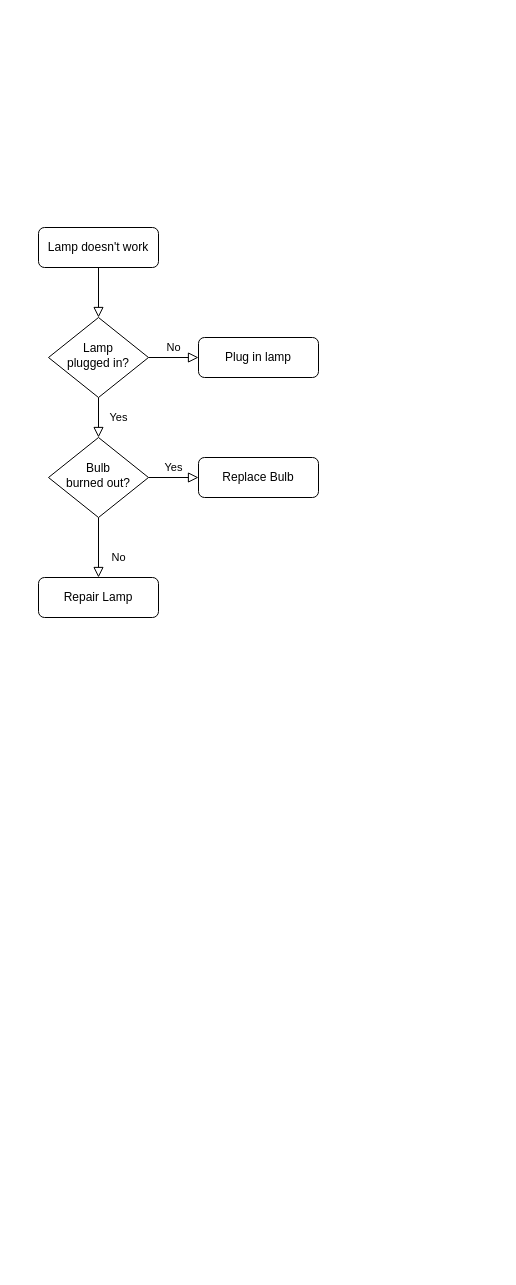
This is FollowDiocieseModal.drawio from lauralopezrios8/challenge, a draw.io file, before an edit. Source tidied: cells renumbered, new cells numbered last; positions are measured from the earlier drawing's top-left corner, leaving out a move shared by most shapes. Both pictures are drawn from the tidied source at 100%, with x=0, y=0 at pixel (38, 227).
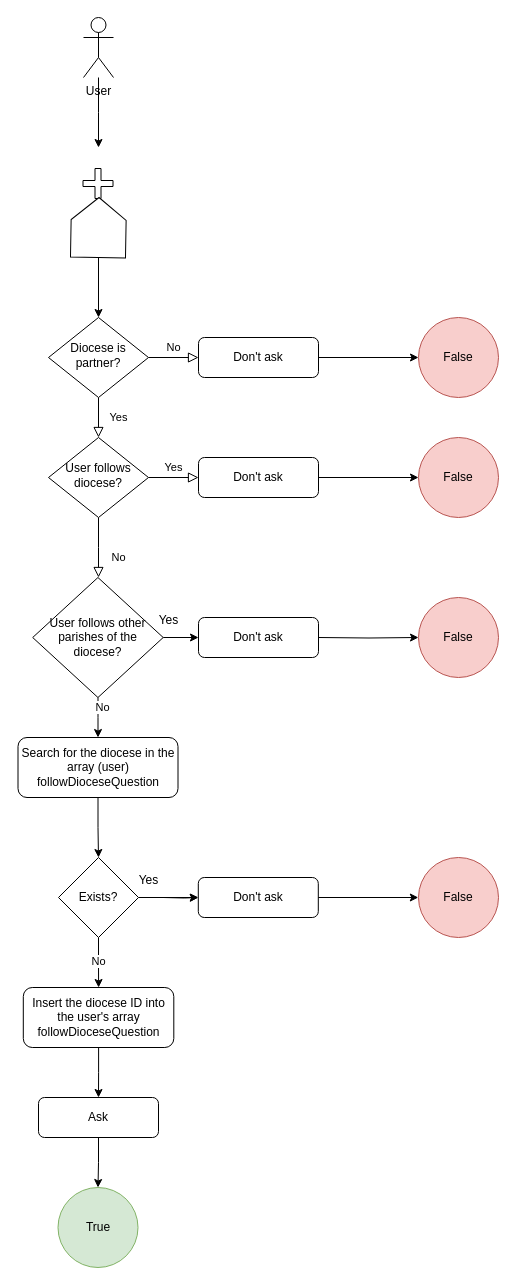
Above is the later version.

Change to the diagram source:
```diff
@@
-    <mxCell id="2" style="rounded=0;html=1;jettySize=auto;fontSize=11;endArrow=block;endFill=0;endSize=8;strokeWidth=1;shadow=0;labelBackgroundColor=none;edgeStyle=orthogonalEdgeStyle;" parent="1" edge="1" source="3" target="6">
-      <mxGeometry relative="1" as="geometry" />
-    </mxCell>
-    <mxCell id="3" value="Lamp doesn't work" style="rounded=1;whiteSpace=wrap;html=1;fontSize=12;glass=0;strokeWidth=1;shadow=0;" parent="1" vertex="1">
-      <mxGeometry width="120" height="40" as="geometry" />
-    </mxCell>
@@
-    <mxCell id="6" value="Lamp&lt;br&gt;plugged in?" style="rhombus;whiteSpace=wrap;html=1;shadow=0;fontFamily=Helvetica;fontSize=12;align=center;strokeWidth=1;spacing=6;spacingTop=-4;" parent="1" vertex="1">
+    <mxCell id="6" value="Diocese is partner?" style="rhombus;whiteSpace=wrap;html=1;shadow=0;fontFamily=Helvetica;fontSize=12;align=center;strokeWidth=1;spacing=6;spacingTop=-4;" parent="1" vertex="1">
       <mxGeometry x="10" y="90" width="100" height="80" as="geometry" />
     </mxCell>
+    <mxCell id="13" style="edgeStyle=orthogonalEdgeStyle;rounded=0;jettySize=auto;html=1;" parent="1" edge="1" source="7" target="20">
+      <mxGeometry relative="1" as="geometry" />
+    </mxCell>
-    <mxCell id="7" value="Plug in lamp" style="rounded=1;whiteSpace=wrap;html=1;fontSize=12;glass=0;strokeWidth=1;shadow=0;" parent="1" vertex="1">
+    <mxCell id="7" value="Don't ask" style="rounded=1;whiteSpace=wrap;html=1;fontSize=12;glass=0;strokeWidth=1;shadow=0;" parent="1" vertex="1">
       <mxGeometry x="160" y="110" width="120" height="40" as="geometry" />
     </mxCell>
-    <mxCell id="8" value="No" style="rounded=0;html=1;jettySize=auto;fontSize=11;endArrow=block;endFill=0;endSize=8;strokeWidth=1;shadow=0;labelBackgroundColor=none;edgeStyle=orthogonalEdgeStyle;" parent="1" edge="1" source="10" target="11">
-      <mxGeometry x="0.33" y="20" relative="1" as="geometry" />
+    <mxCell id="8" value="No" style="rounded=0;html=1;jettySize=auto;fontSize=11;endArrow=block;endFill=0;endSize=8;strokeWidth=1;shadow=0;labelBackgroundColor=none;edgeStyle=orthogonalEdgeStyle;" parent="1" edge="1" source="10">
+      <mxGeometry x="0.33" y="20" relative="1" as="geometry">
+        <mxPoint x="60" y="350" as="targetPoint" />
+      </mxGeometry>
     </mxCell>
@@
-    <mxCell id="10" value="Bulb&lt;br&gt;burned out?" style="rhombus;whiteSpace=wrap;html=1;shadow=0;fontFamily=Helvetica;fontSize=12;align=center;strokeWidth=1;spacing=6;spacingTop=-4;" parent="1" vertex="1">
+    <mxCell id="10" value="User follows diocese?" style="rhombus;whiteSpace=wrap;html=1;shadow=0;fontFamily=Helvetica;fontSize=12;align=center;strokeWidth=1;spacing=6;spacingTop=-4;" parent="1" vertex="1">
       <mxGeometry x="10" y="210" width="100" height="80" as="geometry" />
     </mxCell>
-    <mxCell id="11" value="Repair Lamp" style="rounded=1;whiteSpace=wrap;html=1;fontSize=12;glass=0;strokeWidth=1;shadow=0;" parent="1" vertex="1">
-      <mxGeometry y="350" width="120" height="40" as="geometry" />
-    </mxCell>
+    <mxCell id="14" style="edgeStyle=orthogonalEdgeStyle;rounded=0;jettySize=auto;html=1;" parent="1" edge="1" source="12" target="21">
+      <mxGeometry relative="1" as="geometry" />
+    </mxCell>
-    <mxCell id="12" value="Replace Bulb" style="rounded=1;whiteSpace=wrap;html=1;fontSize=12;glass=0;strokeWidth=1;shadow=0;" parent="1" vertex="1">
+    <mxCell id="12" value="Don't ask" style="rounded=1;whiteSpace=wrap;html=1;fontSize=12;glass=0;strokeWidth=1;shadow=0;" parent="1" vertex="1">
       <mxGeometry x="160" y="230" width="120" height="40" as="geometry" />
     </mxCell>
+    <mxCell id="15" style="edgeStyle=orthogonalEdgeStyle;rounded=0;jettySize=auto;html=1;" parent="1" edge="1" source="16">
+      <mxGeometry relative="1" as="geometry">
+        <mxPoint x="60" y="-80" as="targetPoint" />
+      </mxGeometry>
+    </mxCell>
+    <mxCell id="16" value="User" style="shape=umlActor;verticalLabelPosition=bottom;verticalAlign=top;html=1;outlineConnect=0;" parent="1" vertex="1">
+      <mxGeometry x="45" y="-210" width="30" height="60" as="geometry" />
+    </mxCell>
+    <mxCell id="17" style="shape=cross;whiteSpace=wrap;html=1;" parent="1" vertex="1">
+      <mxGeometry x="44.5" y="-59" width="30" height="30" as="geometry" />
+    </mxCell>
+    <mxCell id="18" style="edgeStyle=orthogonalEdgeStyle;rounded=0;jettySize=auto;html=1;" parent="1" edge="1" source="19" target="6">
+      <mxGeometry relative="1" as="geometry" />
+    </mxCell>
+    <mxCell id="19" style="shape=offPageConnector;whiteSpace=wrap;html=1;rotation=-179;" parent="1" vertex="1">
+      <mxGeometry x="32.5" y="-30" width="55" height="60" as="geometry" />
+    </mxCell>
+    <mxCell id="20" value="False" style="ellipse;whiteSpace=wrap;html=1;rounded=1;glass=0;strokeWidth=1;shadow=0;fillColor=#f8cecc;strokeColor=#b85450;" parent="1" vertex="1">
+      <mxGeometry x="380" y="90" width="80" height="80" as="geometry" />
+    </mxCell>
+    <mxCell id="21" value="False" style="ellipse;whiteSpace=wrap;html=1;rounded=1;glass=0;strokeWidth=1;shadow=0;fillColor=#f8cecc;strokeColor=#b85450;" parent="1" vertex="1">
+      <mxGeometry x="380" y="210" width="80" height="80" as="geometry" />
+    </mxCell>
+    <mxCell id="22" style="edgeStyle=orthogonalEdgeStyle;rounded=0;jettySize=auto;html=1;" parent="1" edge="1" source="25" target="26">
+      <mxGeometry relative="1" as="geometry" />
+    </mxCell>
+    <mxCell id="23" style="edgeStyle=orthogonalEdgeStyle;rounded=0;jettySize=auto;html=1;" parent="1" edge="1" source="25" target="31">
+      <mxGeometry relative="1" as="geometry" />
+    </mxCell>
+    <mxCell id="24" value="No" style="edgeLabel;html=1;align=center;verticalAlign=middle;" parent="23" vertex="1">
+      <mxGeometry x="-0.48" y="4" relative="1" as="geometry" />
+    </mxCell>
+    <mxCell id="25" value="User follows other parishes of the diocese?" style="rhombus;whiteSpace=wrap;html=1;" parent="1" vertex="1">
+      <mxGeometry x="-5.8" y="350" width="130.5" height="120" as="geometry" />
+    </mxCell>
+    <mxCell id="26" value="Don't ask" style="rounded=1;whiteSpace=wrap;html=1;fontSize=12;glass=0;strokeWidth=1;shadow=0;" parent="1" vertex="1">
+      <mxGeometry x="160" y="390" width="120" height="40" as="geometry" />
+    </mxCell>
+    <mxCell id="27" value="Yes" style="text;html=1;align=center;verticalAlign=middle;strokeColor=none;fillColor=none;" parent="1" vertex="1">
+      <mxGeometry x="110" y="378" width="40" height="30" as="geometry" />
+    </mxCell>
+    <mxCell id="28" style="edgeStyle=orthogonalEdgeStyle;rounded=0;jettySize=auto;html=1;" parent="1" edge="1" target="29">
+      <mxGeometry relative="1" as="geometry">
+        <mxPoint x="280" y="410" as="sourcePoint" />
+      </mxGeometry>
+    </mxCell>
+    <mxCell id="29" value="False" style="ellipse;whiteSpace=wrap;html=1;rounded=1;glass=0;strokeWidth=1;shadow=0;fillColor=#f8cecc;strokeColor=#b85450;" parent="1" vertex="1">
+      <mxGeometry x="380" y="370" width="80" height="80" as="geometry" />
+    </mxCell>
+    <mxCell id="30" style="edgeStyle=orthogonalEdgeStyle;rounded=0;jettySize=auto;html=1;" parent="1" edge="1" source="31" target="35">
+      <mxGeometry relative="1" as="geometry" />
+    </mxCell>
+    <mxCell id="31" value="Search for the diocese in the array (user) followDioceseQuestion" style="rounded=1;whiteSpace=wrap;html=1;" parent="1" vertex="1">
+      <mxGeometry x="-20.5" y="510" width="160" height="60" as="geometry" />
+    </mxCell>
+    <mxCell id="32" style="edgeStyle=orthogonalEdgeStyle;rounded=0;jettySize=auto;html=1;" parent="1" edge="1" source="35" target="37">
+      <mxGeometry relative="1" as="geometry" />
+    </mxCell>
+    <mxCell id="33" style="edgeStyle=orthogonalEdgeStyle;rounded=0;jettySize=auto;html=1;" parent="1" edge="1" source="35" target="42">
+      <mxGeometry relative="1" as="geometry" />
+    </mxCell>
+    <mxCell id="34" value="No" style="edgeLabel;html=1;align=center;verticalAlign=middle;" parent="33" vertex="1">
+      <mxGeometry x="-0.09" y="-1" relative="1" as="geometry" />
+    </mxCell>
+    <mxCell id="35" value="Exists?" style="rhombus;whiteSpace=wrap;html=1;" parent="1" vertex="1">
+      <mxGeometry x="20" y="630" width="80" height="80" as="geometry" />
+    </mxCell>
+    <mxCell id="36" style="edgeStyle=orthogonalEdgeStyle;rounded=0;jettySize=auto;html=1;" parent="1" edge="1" target="37">
+      <mxGeometry relative="1" as="geometry">
+        <mxPoint x="124.8" y="670" as="sourcePoint" />
+      </mxGeometry>
+    </mxCell>
+    <mxCell id="37" value="Don't ask" style="rounded=1;whiteSpace=wrap;html=1;fontSize=12;glass=0;strokeWidth=1;shadow=0;" parent="1" vertex="1">
+      <mxGeometry x="159.8" y="650" width="120" height="40" as="geometry" />
+    </mxCell>
+    <mxCell id="38" style="edgeStyle=orthogonalEdgeStyle;rounded=0;orthogonalLoop=1;jettySize=auto;html=1;" parent="1" edge="1">
+      <mxGeometry relative="1" as="geometry">
+        <mxPoint x="279.8" y="670" as="sourcePoint" />
+        <mxPoint x="379.8" y="670" as="targetPoint" />
+      </mxGeometry>
+    </mxCell>
+    <mxCell id="39" value="False" style="ellipse;whiteSpace=wrap;html=1;rounded=1;glass=0;strokeWidth=1;shadow=0;fillColor=#f8cecc;strokeColor=#b85450;" parent="1" vertex="1">
+      <mxGeometry x="380" y="630" width="80" height="80" as="geometry" />
+    </mxCell>
+    <mxCell id="40" value="Yes" style="text;html=1;align=center;verticalAlign=middle;strokeColor=none;fillColor=none;" parent="1" vertex="1">
+      <mxGeometry x="90" y="638" width="40" height="30" as="geometry" />
+    </mxCell>
+    <mxCell id="41" style="edgeStyle=orthogonalEdgeStyle;rounded=0;jettySize=auto;html=1;" parent="1" edge="1" source="42" target="44">
+      <mxGeometry relative="1" as="geometry" />
+    </mxCell>
+    <mxCell id="42" value="Insert the diocese ID into the user's array followDioceseQuestion" style="rounded=1;whiteSpace=wrap;html=1;" parent="1" vertex="1">
+      <mxGeometry x="-15.2" y="760" width="150.5" height="60" as="geometry" />
+    </mxCell>
+    <mxCell id="43" style="edgeStyle=orthogonalEdgeStyle;rounded=0;jettySize=auto;html=1;" parent="1" edge="1" source="44" target="45">
+      <mxGeometry relative="1" as="geometry" />
+    </mxCell>
+    <mxCell id="44" value="Ask" style="rounded=1;whiteSpace=wrap;html=1;fontSize=12;glass=0;strokeWidth=1;shadow=0;" parent="1" vertex="1">
+      <mxGeometry y="870" width="120" height="40" as="geometry" />
+    </mxCell>
+    <mxCell id="45" value="True" style="ellipse;whiteSpace=wrap;html=1;rounded=1;glass=0;strokeWidth=1;shadow=0;fillColor=#d5e8d4;strokeColor=#82b366;" parent="1" vertex="1">
+      <mxGeometry x="19.5" y="960" width="80" height="80" as="geometry" />
+    </mxCell>
```
